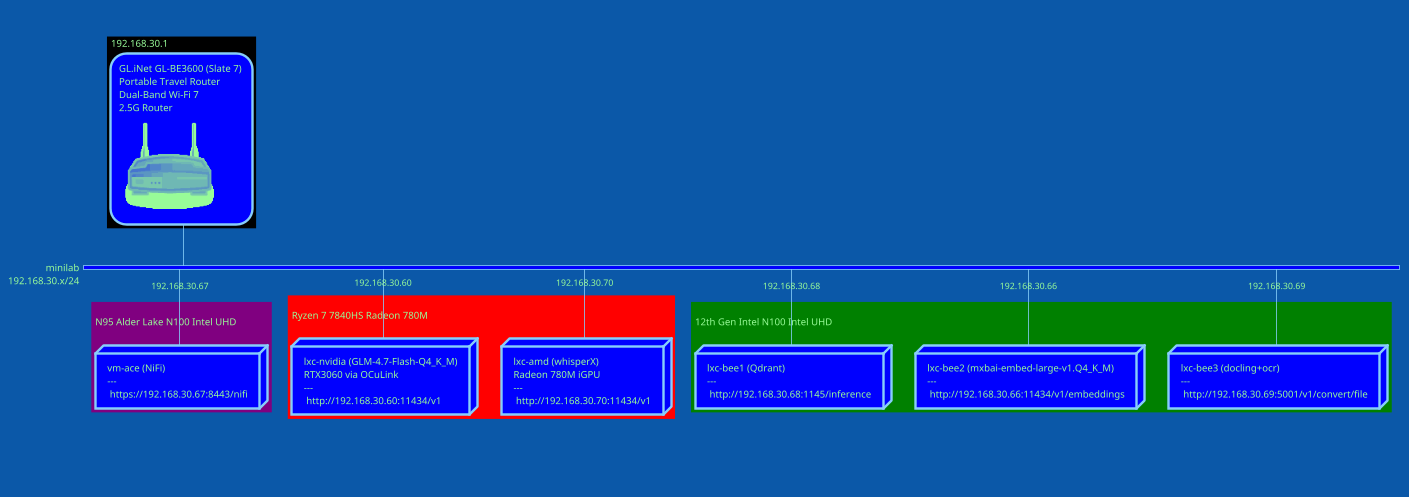
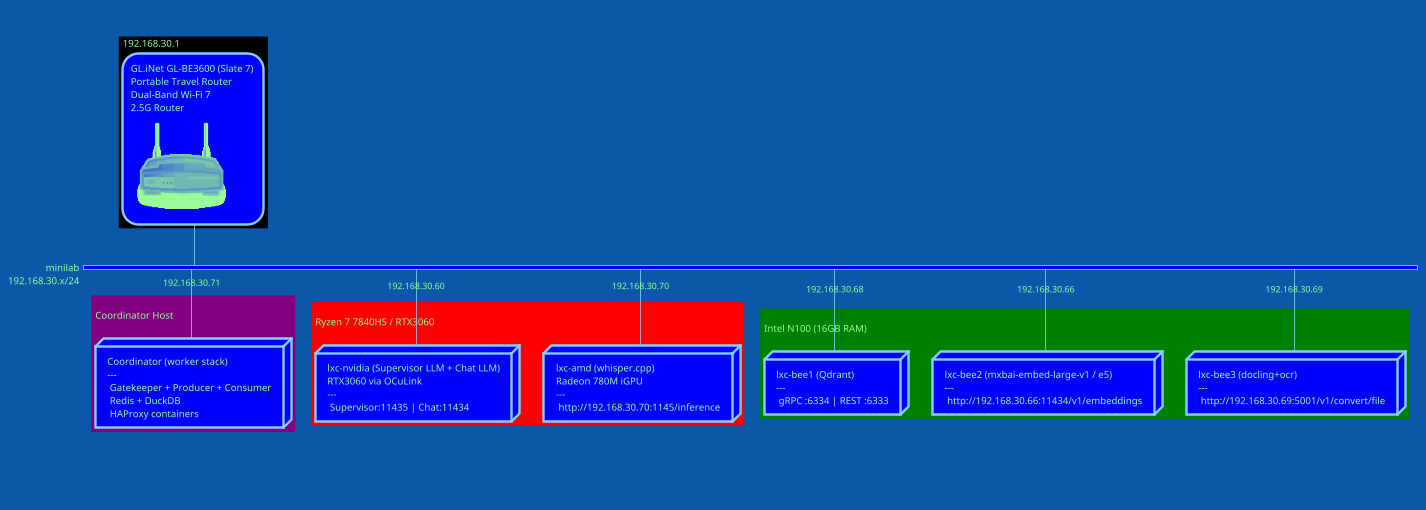
@startuml
@startnwdiag
'Adapted from https://github.com/Crashedmind/PlantUML-opensecurityarchitecture-icons/blob/master/all
scale .8
!include <osa/device_wireless_router/device_wireless_router>
- '!theme spacelab
!theme amiga
<style>
  element {
      Padding 10
      HorizontalAlignment center
      LineColor lightskyblue
      LineThickness 3.0
      BackgroundColor blue
      RoundCorner 40
      FontColor palegreen
  }
</style>
nwdiag {


    GL-BE3600 [description = "GL.iNet GL-BE3600 (Slate 7) \nPortable Travel Router\nDual-Band Wi-Fi 7, 2.5G Router\n<$device_wireless_router>"]

    network minilab {
        GL-BE3600
        address = "192.168.30.x/24"
-         bee1 [address="192.168.30.68" shape = node, description = "lxc-bee1 (Qdrant)\n---\n http://192.168.30.68:1145/inference"]
-         bee2 [address="192.168.30.66" shape = node, description = "lxc-bee2 (mxbai-embed-large-v1.Q4_K_M)\n---\n http://192.168.30.66:11434/v1/embeddings"]
+         bee1 [address="192.168.30.68" shape = node, description = "lxc-bee1 (Qdrant)\n---\n gRPC :6334 | REST :6333"]
+         bee2 [address="192.168.30.66" shape = node, description = "lxc-bee2 (mxbai-embed-large-v1 / e5)\n---\n http://192.168.30.66:11434/v1/embeddings"]
        bee3 [address="192.168.30.69" shape = node, description = "lxc-bee3 (docling+ocr)\n---\n http://192.168.30.69:5001/v1/convert/file"]
-         lxc-nvidia [address="192.168.30.60" shape = node, description = "lxc-nvidia (GLM-4.7-Flash-Q4_K_M)\nRTX3060 via OCuLink\n---\n http://192.168.30.60:11434/v1"]
-         lxc-amd [address="192.168.30.70" shape = node, description = "lxc-amd (whisperX)\nRadeon 780M iGPU\n---\n http://192.168.30.70:11434/v1""]
+         lxc-nvidia [address="192.168.30.60" shape = node, description = "lxc-nvidia (Supervisor LLM + Chat LLM)\nRTX3060 via OCuLink\n---\n Supervisor:11435 | Chat:11434"]
+         lxc-amd [address="192.168.30.70" shape = node, description = "lxc-amd (whisper.cpp)\nRadeon 780M iGPU\n---\n http://192.168.30.70:1145/inference"]
        address = "192.168.30.x/24"
-         vm-ace [address="192.168.30.67" shape = node, description = "vm-ace (NiFi)\n---\n https://192.168.30.67:8443/nifi"]
+         coordinator [address="192.168.30.71" shape = node, description = "Coordinator (worker stack)\n---\n Gatekeeper + Producer + Consumer\n Redis + DuckDB\n HAProxy containers"]
   }

    group {
        color = "purple";
-         description = "\nN95 Alder Lake N100 Intel UHD\n";
-         vm-ace;
+         description = "\nCoordinator Host\n";
+         coordinator;
    }

    group {
        color = "red";
-         description = "\nRyzen 7 7840HS Radeon 780M\n";
+         description = "\nRyzen 7 7840HS / RTX3060\n";
        lxc-nvidia;
        lxc-amd;
    }

    group {
        color = "green";
-         description = "\n12th Gen Intel N100 Intel UHD\n";
+         description = "\nIntel N100 (16GB RAM)\n";
        bee1;
        bee2;
        bee3;
    }

    group {
        color = "black"
        description = "192.168.30.1"
        GL-BE3600;
    }

}
@endnwdiag
@enduml
